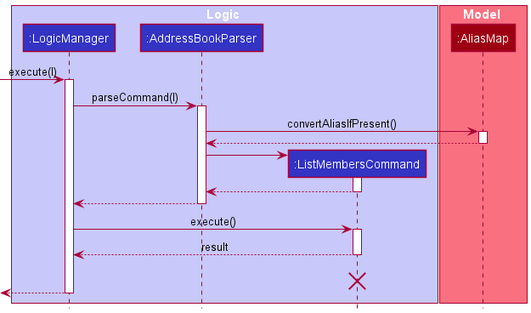
nus-cs2103-AY2122S1/tp keeps this PlantUML diagram as docs/images/AliasSequenceDiagram.png. Above is the earlier version. Its source is kept beside it as docs/diagrams/AliasSequenceDiagram.puml. The source it was exported from:
```plantuml
@startuml
!include style.puml

box Logic LOGIC_COLOR_T1
participant ":LogicManager" as LogicManager LOGIC_COLOR
participant ":AddressBookParser" as AddressBookParser LOGIC_COLOR
participant ":ListMembersCommand" as ListMembersCommand LOGIC_COLOR
participant ":CommandResult" as CommandResult LOGIC_COLOR
end box

box Model MODEL_COLOR_T1
participant ":AliasMap" as AliasMap MODEL_COLOR
participant ":Model" as Model MODEL_COLOR
end box

[-> LogicManager : execute("l")
activate LogicManager

LogicManager -> AddressBookParser : parseCommand("l")
activate AddressBookParser

AddressBookParser -> AliasMap : convertAliasIfPresent()
activate AliasMap
AliasMap --> AddressBookParser
deactivate AliasMap

create ListMembersCommand
AddressBookParser -> ListMembersCommand
activate ListMembersCommand

ListMembersCommand --> AddressBookParser
deactivate ListMembersCommand

AddressBookParser --> LogicManager
deactivate AddressBookParser

LogicManager -> ListMembersCommand : execute()
activate ListMembersCommand

ListMembersCommand -> Model : List members
activate Model

Model --> ListMembersCommand
deactivate Model

create CommandResult
ListMembersCommand -> CommandResult
activate CommandResult

CommandResult --> ListMembersCommand
deactivate CommandResult

ListMembersCommand --> LogicManager : result
deactivate ListMembersCommand
ListMembersCommand -[hidden]-> LogicManager : result
destroy ListMembersCommand

[<--LogicManager
deactivate LogicManager
@enduml
```
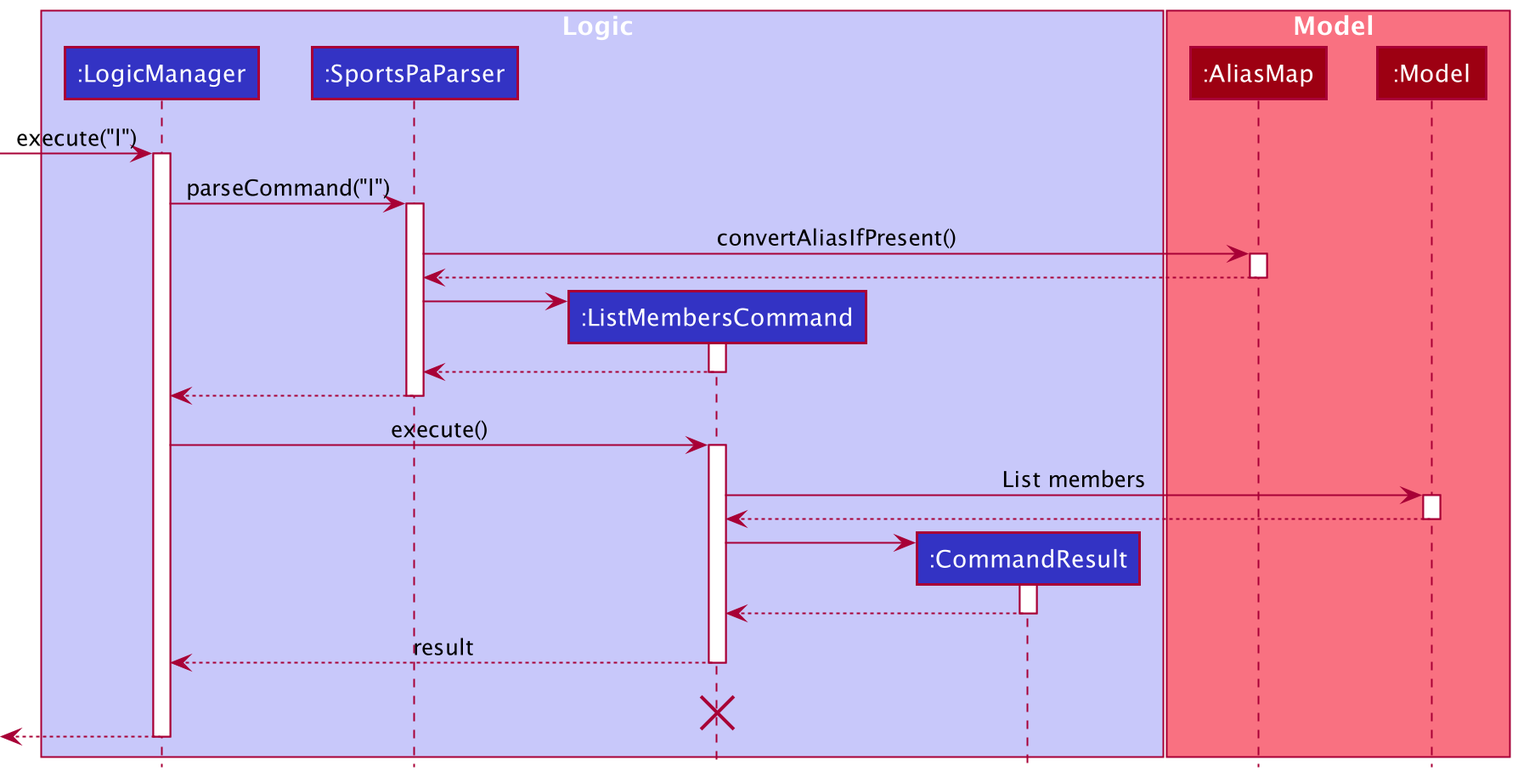
Later version of the same file.

Change to the diagram source:
```diff
@@ -3,7 +3,7 @@
 
 box Logic LOGIC_COLOR_T1
 participant ":LogicManager" as LogicManager LOGIC_COLOR
-participant ":AddressBookParser" as AddressBookParser LOGIC_COLOR
+participant ":SportsPaParser" as SportsPaParser LOGIC_COLOR
 participant ":ListMembersCommand" as ListMembersCommand LOGIC_COLOR
 participant ":CommandResult" as CommandResult LOGIC_COLOR
 end box
@@ -16,23 +16,23 @@
 [-> LogicManager : execute("l")
 activate LogicManager
 
-LogicManager -> AddressBookParser : parseCommand("l")
-activate AddressBookParser
+LogicManager -> SportsPaParser : parseCommand("l")
+activate SportsPaParser
 
-AddressBookParser -> AliasMap : convertAliasIfPresent()
+SportsPaParser -> AliasMap : convertAliasIfPresent()
 activate AliasMap
-AliasMap --> AddressBookParser
+AliasMap --> SportsPaParser
 deactivate AliasMap
 
 create ListMembersCommand
-AddressBookParser -> ListMembersCommand
+SportsPaParser -> ListMembersCommand
 activate ListMembersCommand
 
-ListMembersCommand --> AddressBookParser
+ListMembersCommand --> SportsPaParser
 deactivate ListMembersCommand
 
-AddressBookParser --> LogicManager
-deactivate AddressBookParser
+SportsPaParser --> LogicManager
+deactivate SportsPaParser
 
 LogicManager -> ListMembersCommand : execute()
 activate ListMembersCommand
```
